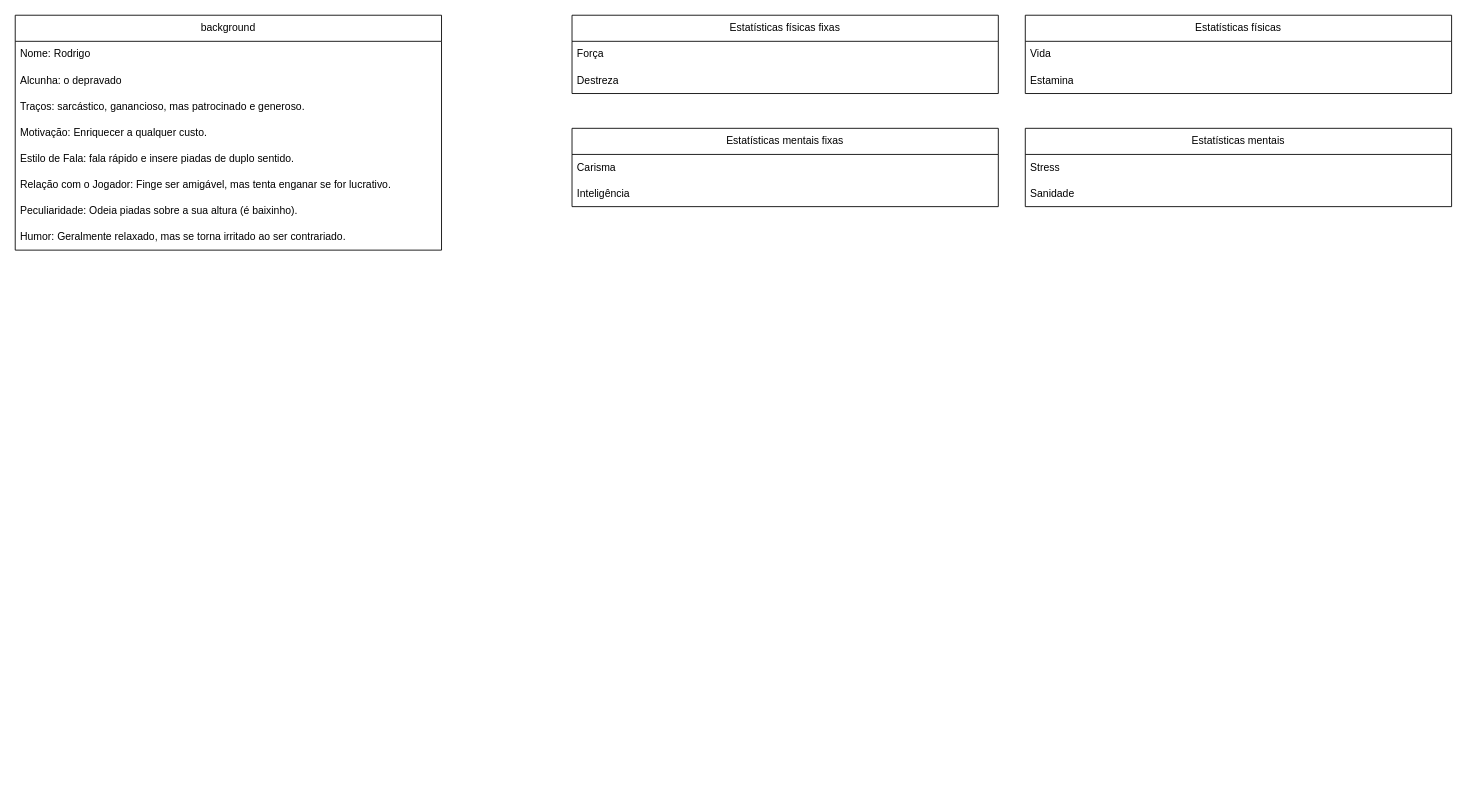
Earlier version of the draw.io diagram CityAI.drawio (Rodrigosis/CityAI). Source tidied: cells renumbered, new cells numbered last; positions are measured from the earlier drawing's top-left corner, leaving out a move shared by most shapes. Both pictures are drawn from the tidied source at 87%, with x=0, y=0 at pixel (15, 15).
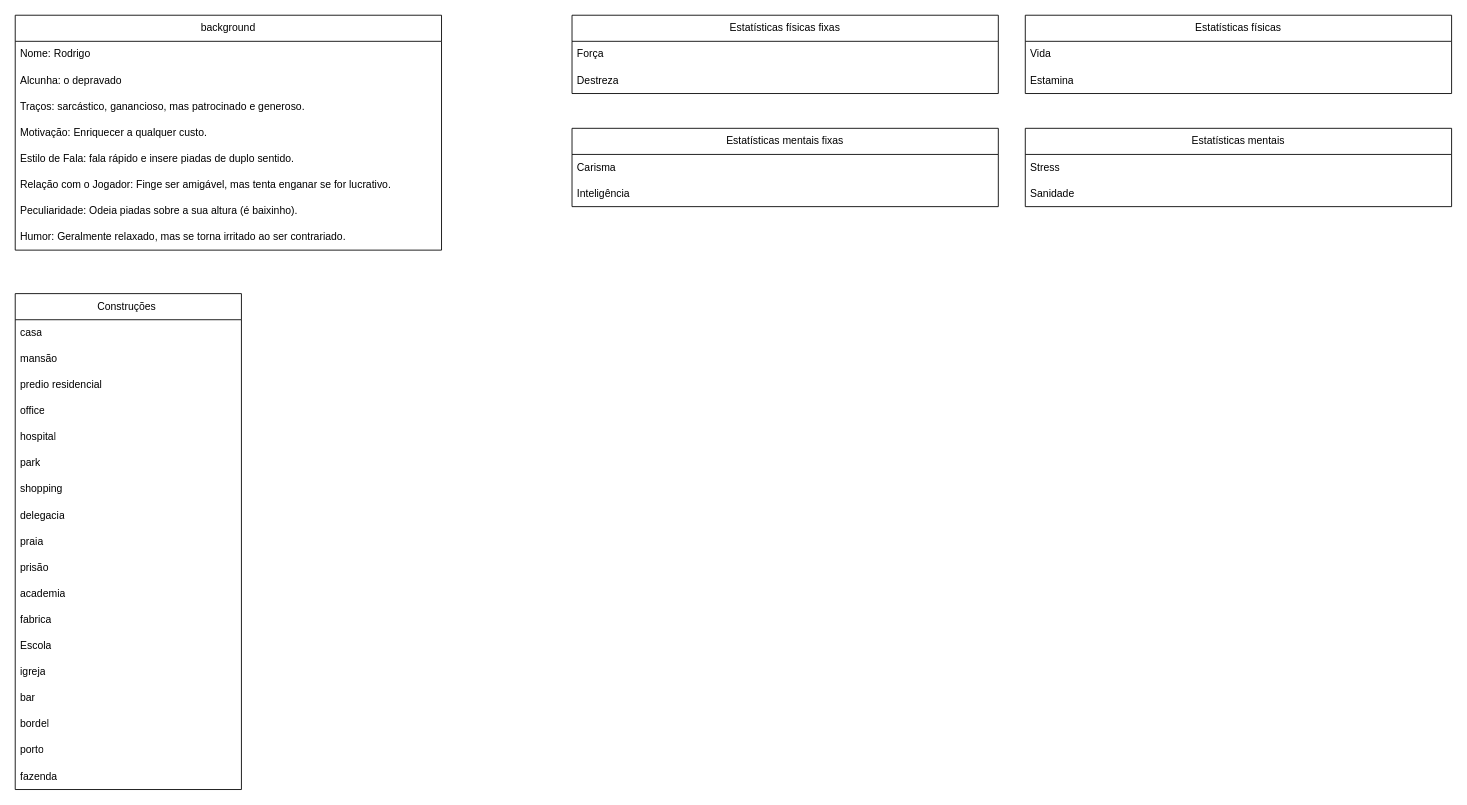
The same page after the edit.

The edit, as a diff of the source:
```diff
@@
+    <mxCell id="23" value="Construções&amp;nbsp;" style="swimlane;fontStyle=0;horizontal=1;startSize=30;whiteSpace=wrap;html=1;" parent="1" vertex="1">
+      <mxGeometry y="320" width="260" height="570" as="geometry" />
+    </mxCell>
+    <mxCell id="24" value="casa" style="text;strokeColor=none;fillColor=none;align=left;verticalAlign=middle;spacingLeft=4;spacingRight=4;overflow=hidden;whiteSpace=wrap;html=1;" parent="23" vertex="1">
+      <mxGeometry y="30" width="260" height="30" as="geometry" />
+    </mxCell>
+    <mxCell id="25" value="mansão" style="text;strokeColor=none;fillColor=none;align=left;verticalAlign=middle;spacingLeft=4;spacingRight=4;overflow=hidden;whiteSpace=wrap;html=1;" parent="23" vertex="1">
+      <mxGeometry y="60" width="260" height="30" as="geometry" />
+    </mxCell>
+    <mxCell id="26" value="predio residencial" style="text;strokeColor=none;fillColor=none;align=left;verticalAlign=middle;spacingLeft=4;spacingRight=4;overflow=hidden;whiteSpace=wrap;html=1;" parent="23" vertex="1">
+      <mxGeometry y="90" width="260" height="30" as="geometry" />
+    </mxCell>
+    <mxCell id="27" value="office" style="text;strokeColor=none;fillColor=none;align=left;verticalAlign=middle;spacingLeft=4;spacingRight=4;overflow=hidden;whiteSpace=wrap;html=1;" parent="23" vertex="1">
+      <mxGeometry y="120" width="260" height="30" as="geometry" />
+    </mxCell>
+    <mxCell id="28" value="hospital" style="text;strokeColor=none;fillColor=none;align=left;verticalAlign=middle;spacingLeft=4;spacingRight=4;overflow=hidden;whiteSpace=wrap;html=1;" parent="23" vertex="1">
+      <mxGeometry y="150" width="260" height="30" as="geometry" />
+    </mxCell>
+    <mxCell id="29" value="park" style="text;strokeColor=none;fillColor=none;align=left;verticalAlign=middle;spacingLeft=4;spacingRight=4;overflow=hidden;whiteSpace=wrap;html=1;" parent="23" vertex="1">
+      <mxGeometry y="180" width="260" height="30" as="geometry" />
+    </mxCell>
+    <mxCell id="30" value="shopping" style="text;strokeColor=none;fillColor=none;align=left;verticalAlign=middle;spacingLeft=4;spacingRight=4;overflow=hidden;whiteSpace=wrap;html=1;" parent="23" vertex="1">
+      <mxGeometry y="210" width="260" height="30" as="geometry" />
+    </mxCell>
+    <mxCell id="31" value="delegacia" style="text;strokeColor=none;fillColor=none;align=left;verticalAlign=middle;spacingLeft=4;spacingRight=4;overflow=hidden;whiteSpace=wrap;html=1;" parent="23" vertex="1">
+      <mxGeometry y="240" width="260" height="30" as="geometry" />
+    </mxCell>
+    <mxCell id="32" value="praia" style="text;strokeColor=none;fillColor=none;align=left;verticalAlign=middle;spacingLeft=4;spacingRight=4;overflow=hidden;whiteSpace=wrap;html=1;" parent="23" vertex="1">
+      <mxGeometry y="270" width="260" height="30" as="geometry" />
+    </mxCell>
+    <mxCell id="33" value="prisão" style="text;strokeColor=none;fillColor=none;align=left;verticalAlign=middle;spacingLeft=4;spacingRight=4;overflow=hidden;whiteSpace=wrap;html=1;" parent="23" vertex="1">
+      <mxGeometry y="300" width="260" height="30" as="geometry" />
+    </mxCell>
+    <mxCell id="34" value="academia" style="text;strokeColor=none;fillColor=none;align=left;verticalAlign=middle;spacingLeft=4;spacingRight=4;overflow=hidden;whiteSpace=wrap;html=1;" parent="23" vertex="1">
+      <mxGeometry y="330" width="260" height="30" as="geometry" />
+    </mxCell>
+    <mxCell id="35" value="fabrica" style="text;strokeColor=none;fillColor=none;align=left;verticalAlign=middle;spacingLeft=4;spacingRight=4;overflow=hidden;whiteSpace=wrap;html=1;" parent="23" vertex="1">
+      <mxGeometry y="360" width="260" height="30" as="geometry" />
+    </mxCell>
+    <mxCell id="36" value="Escola" style="text;strokeColor=none;fillColor=none;align=left;verticalAlign=middle;spacingLeft=4;spacingRight=4;overflow=hidden;whiteSpace=wrap;html=1;" parent="23" vertex="1">
+      <mxGeometry y="390" width="260" height="30" as="geometry" />
+    </mxCell>
+    <mxCell id="37" value="igreja" style="text;strokeColor=none;fillColor=none;align=left;verticalAlign=middle;spacingLeft=4;spacingRight=4;overflow=hidden;whiteSpace=wrap;html=1;" parent="23" vertex="1">
+      <mxGeometry y="420" width="260" height="30" as="geometry" />
+    </mxCell>
+    <mxCell id="38" value="bar" style="text;strokeColor=none;fillColor=none;align=left;verticalAlign=middle;spacingLeft=4;spacingRight=4;overflow=hidden;whiteSpace=wrap;html=1;" parent="23" vertex="1">
+      <mxGeometry y="450" width="260" height="30" as="geometry" />
+    </mxCell>
+    <mxCell id="39" value="bordel" style="text;strokeColor=none;fillColor=none;align=left;verticalAlign=middle;spacingLeft=4;spacingRight=4;overflow=hidden;whiteSpace=wrap;html=1;" parent="23" vertex="1">
+      <mxGeometry y="480" width="260" height="30" as="geometry" />
+    </mxCell>
+    <mxCell id="40" value="porto" style="text;strokeColor=none;fillColor=none;align=left;verticalAlign=middle;spacingLeft=4;spacingRight=4;overflow=hidden;whiteSpace=wrap;html=1;" parent="23" vertex="1">
+      <mxGeometry y="510" width="260" height="30" as="geometry" />
+    </mxCell>
+    <mxCell id="41" value="fazenda" style="text;strokeColor=none;fillColor=none;align=left;verticalAlign=middle;spacingLeft=4;spacingRight=4;overflow=hidden;whiteSpace=wrap;html=1;" parent="23" vertex="1">
+      <mxGeometry y="540" width="260" height="30" as="geometry" />
+    </mxCell>
```
